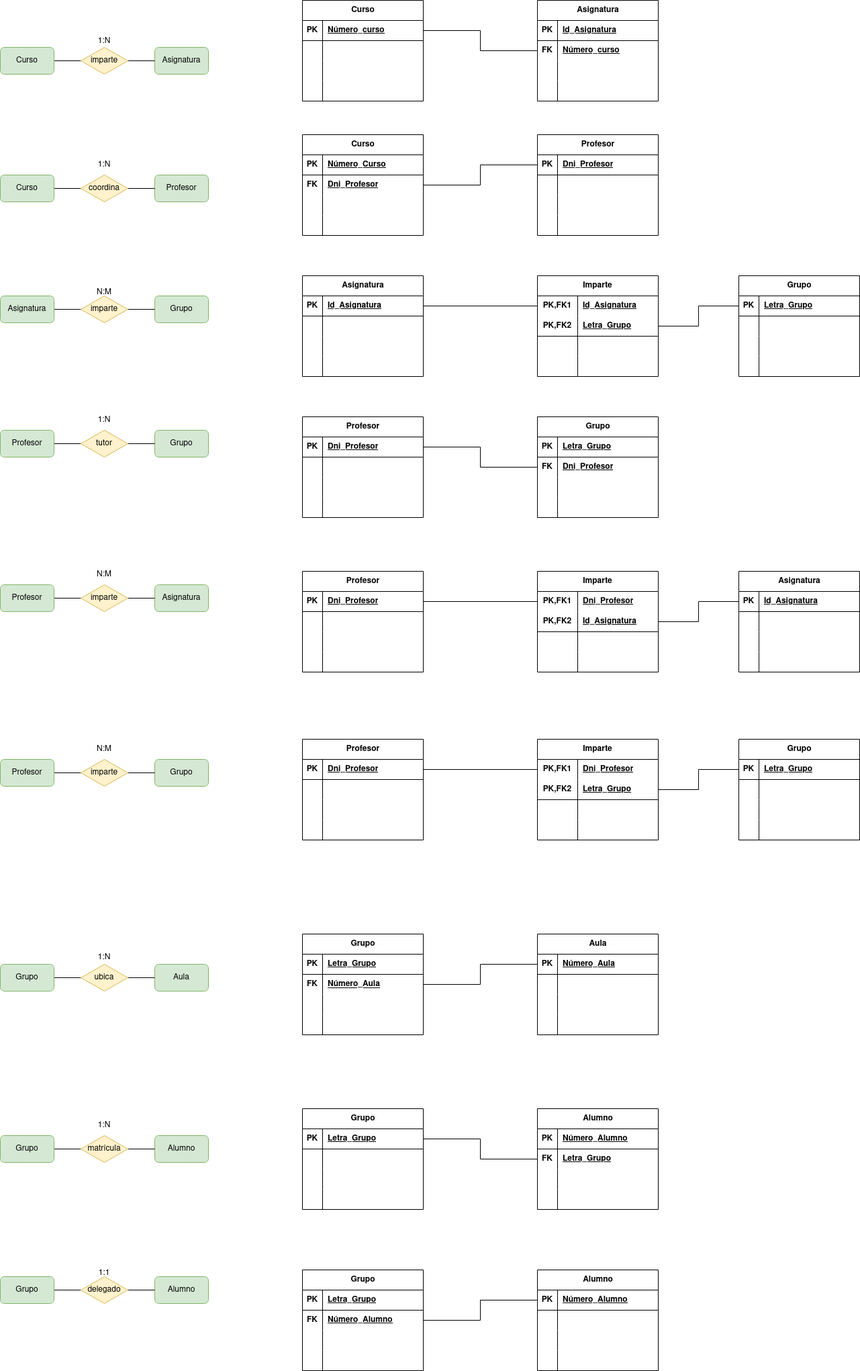
The draw.io diagram Unidad-1/Tareas/Tareas-evaluables/Tarea-evaluable-6/tarea-evaluable-6.drawio.png in LuisMGlez/base-datos, before a commit. Source tidied: cells renumbered, new cells last; positions are measured from the earlier drawing's top-left corner, leaving out a move shared by most shapes.
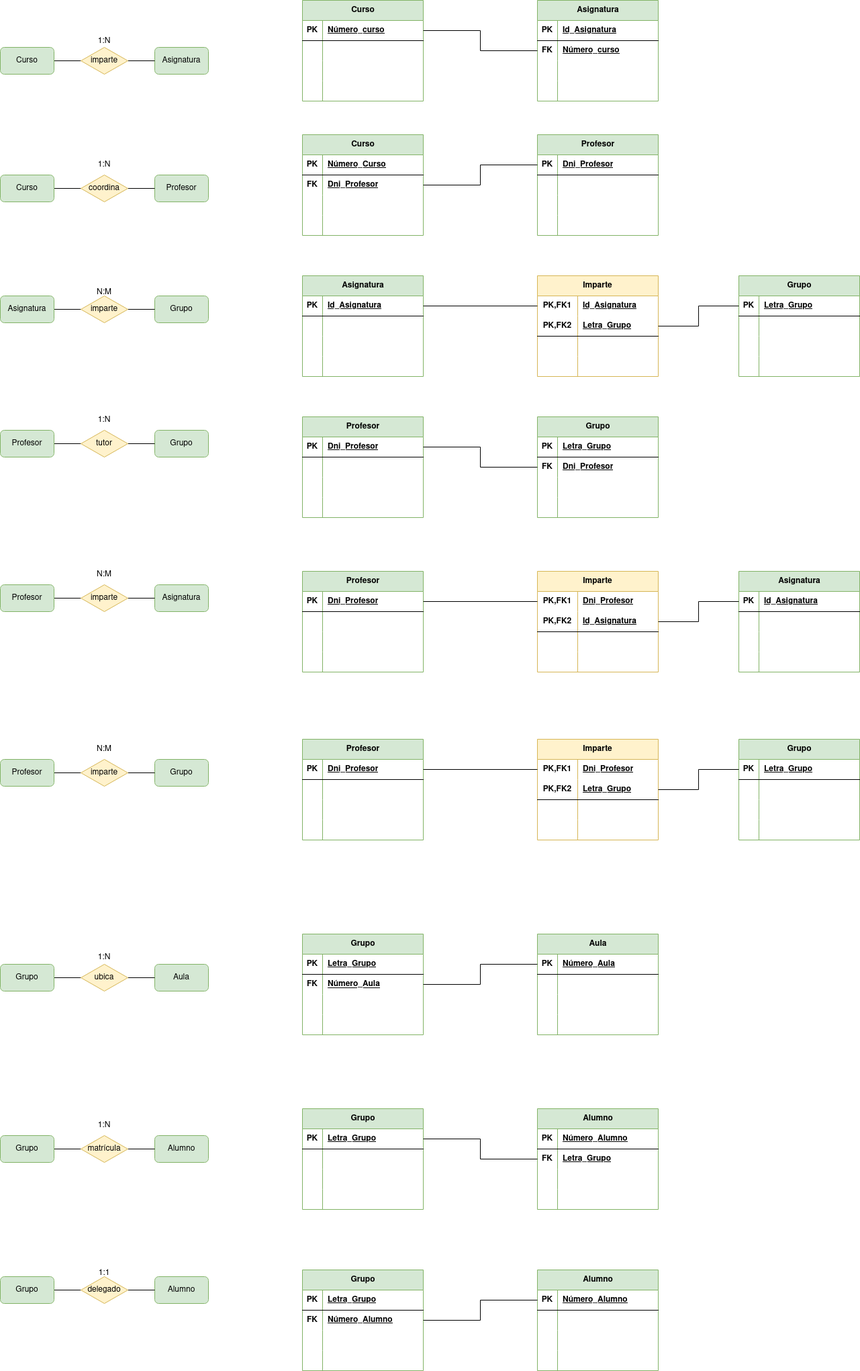
After the commit.

The edit, as a diff of the source:
```diff
@@ -164,7 +164,7 @@
     <mxCell id="55" value="1:1" style="text;strokeColor=none;align=center;fillColor=none;html=1;verticalAlign=middle;whiteSpace=wrap;rounded=0;" parent="1" vertex="1">
       <mxGeometry x="125" y="1880" width="60" height="30" as="geometry" />
     </mxCell>
-    <mxCell id="56" value="Curso" style="shape=table;startSize=30;rowLines=0;fontStyle=1;align=center;html=1;" parent="1" vertex="1">
+    <mxCell id="56" value="Curso" style="shape=table;startSize=30;rowLines=0;fontStyle=1;align=center;html=1;fillColor=#d5e8d4;strokeColor=#82b366;" parent="1" vertex="1">
       <mxGeometry x="450" width="180" height="150" as="geometry" />
     </mxCell>
     <mxCell id="57" style="shape=tableRow;horizontal=0;startSize=0;swimlaneHead=0;swimlaneBody=0;fillColor=none;points=[[0,0.5],[1,0.5]];portConstraint=eastwest;top=0;left=0;right=0;bottom=1;" parent="56" vertex="1">
@@ -203,7 +203,7 @@
     <mxCell id="68" style="shape=partialRectangle;fillColor=none;top=0;left=0;bottom=0;right=0;align=left;spacingLeft=6;overflow=hidden;whiteSpace=wrap;html=1;" parent="66" vertex="1">
       <mxGeometry x="30" width="150" height="30" as="geometry" />
     </mxCell>
-    <mxCell id="69" value="Asignatura" style="shape=table;startSize=30;rowLines=0;fontStyle=1;align=center;html=1;" parent="1" vertex="1">
+    <mxCell id="69" value="Asignatura" style="shape=table;startSize=30;rowLines=0;fontStyle=1;align=center;html=1;fillColor=#d5e8d4;strokeColor=#82b366;" parent="1" vertex="1">
       <mxGeometry x="800" width="180" height="150" as="geometry" />
     </mxCell>
     <mxCell id="70" style="shape=tableRow;horizontal=0;startSize=0;swimlaneHead=0;swimlaneBody=0;fillColor=none;top=0;left=0;right=0;bottom=1;" parent="69" vertex="1">
@@ -245,7 +245,7 @@
     <mxCell id="82" style="edgeStyle=orthogonalEdgeStyle;rounded=0;jettySize=auto;html=1;exitX=1;exitY=0.5;exitDx=0;exitDy=0;entryX=0;entryY=0.5;entryDx=0;entryDy=0;endArrow=none;endFill=0;" parent="1" edge="1" source="57" target="73">
       <mxGeometry relative="1" as="geometry" />
     </mxCell>
-    <mxCell id="83" value="Curso" style="shape=table;startSize=30;rowLines=0;fontStyle=1;align=center;html=1;" parent="1" vertex="1">
+    <mxCell id="83" value="Curso" style="shape=table;startSize=30;rowLines=0;fontStyle=1;align=center;html=1;fillColor=#d5e8d4;strokeColor=#82b366;" parent="1" vertex="1">
       <mxGeometry x="450" y="200" width="180" height="150" as="geometry" />
     </mxCell>
     <mxCell id="84" style="shape=tableRow;horizontal=0;startSize=0;swimlaneHead=0;swimlaneBody=0;fillColor=none;top=0;left=0;right=0;bottom=1;" parent="83" vertex="1">
@@ -284,7 +284,7 @@
     <mxCell id="95" style="shape=partialRectangle;fillColor=none;top=0;left=0;bottom=0;right=0;align=left;spacingLeft=6;overflow=hidden;whiteSpace=wrap;html=1;" parent="93" vertex="1">
       <mxGeometry x="30" width="150" height="30" as="geometry" />
     </mxCell>
-    <mxCell id="96" value="Profesor" style="shape=table;startSize=30;rowLines=0;fontStyle=1;align=center;html=1;" parent="1" vertex="1">
+    <mxCell id="96" value="Profesor" style="shape=table;startSize=30;rowLines=0;fontStyle=1;align=center;html=1;fillColor=#d5e8d4;strokeColor=#82b366;" parent="1" vertex="1">
       <mxGeometry x="800" y="200" width="180" height="150" as="geometry" />
     </mxCell>
     <mxCell id="97" style="shape=tableRow;horizontal=0;startSize=0;swimlaneHead=0;swimlaneBody=0;fillColor=none;points=[[0,0.5],[1,0.5]];portConstraint=eastwest;top=0;left=0;right=0;bottom=1;" parent="96" vertex="1">
@@ -326,7 +326,7 @@
     <mxCell id="109" style="edgeStyle=orthogonalEdgeStyle;rounded=0;jettySize=auto;html=1;exitX=0;exitY=0.5;exitDx=0;exitDy=0;entryX=1;entryY=0.5;entryDx=0;entryDy=0;endArrow=none;endFill=0;" parent="1" edge="1" source="97" target="87">
       <mxGeometry relative="1" as="geometry" />
     </mxCell>
-    <mxCell id="110" value="Asignatura" style="shape=table;startSize=30;rowLines=0;fontStyle=1;align=center;html=1;" parent="1" vertex="1">
+    <mxCell id="110" value="Asignatura" style="shape=table;startSize=30;rowLines=0;fontStyle=1;align=center;html=1;fillColor=#d5e8d4;strokeColor=#82b366;" parent="1" vertex="1">
       <mxGeometry x="450" y="410" width="180" height="150" as="geometry" />
     </mxCell>
     <mxCell id="111" style="shape=tableRow;horizontal=0;startSize=0;swimlaneHead=0;swimlaneBody=0;fillColor=none;points=[[0,0.5],[1,0.5]];portConstraint=eastwest;top=0;left=0;right=0;bottom=1;" parent="110" vertex="1">
@@ -365,7 +365,7 @@
     <mxCell id="122" style="shape=partialRectangle;fillColor=none;top=0;left=0;bottom=0;right=0;align=left;spacingLeft=6;overflow=hidden;whiteSpace=wrap;html=1;" parent="120" vertex="1">
       <mxGeometry x="30" width="150" height="30" as="geometry" />
     </mxCell>
-    <mxCell id="123" value="Grupo" style="shape=table;startSize=30;rowLines=0;fontStyle=1;align=center;html=1;" parent="1" vertex="1">
+    <mxCell id="123" value="Grupo" style="shape=table;startSize=30;rowLines=0;fontStyle=1;align=center;html=1;fillColor=#d5e8d4;strokeColor=#82b366;" parent="1" vertex="1">
       <mxGeometry x="1100" y="410" width="180" height="150" as="geometry" />
     </mxCell>
     <mxCell id="124" style="shape=tableRow;horizontal=0;startSize=0;swimlaneHead=0;swimlaneBody=0;fillColor=none;points=[[0,0.5],[1,0.5]];portConstraint=eastwest;top=0;left=0;right=0;bottom=1;" parent="123" vertex="1">
@@ -404,7 +404,7 @@
     <mxCell id="135" style="shape=partialRectangle;fillColor=none;top=0;left=0;bottom=0;right=0;align=left;spacingLeft=6;overflow=hidden;whiteSpace=wrap;html=1;" parent="133" vertex="1">
       <mxGeometry x="30" width="150" height="30" as="geometry" />
     </mxCell>
-    <mxCell id="136" value="Imparte" style="shape=table;startSize=30;rowLines=0;fontStyle=1;align=center;html=1;whiteSpace=wrap;" parent="1" vertex="1">
+    <mxCell id="136" value="Imparte" style="shape=table;startSize=30;rowLines=0;fontStyle=1;align=center;html=1;whiteSpace=wrap;fillColor=#fff2cc;strokeColor=#d6b656;" parent="1" vertex="1">
       <mxGeometry x="800" y="410" width="180" height="150" as="geometry" />
     </mxCell>
     <mxCell id="137" style="shape=tableRow;horizontal=0;startSize=0;swimlaneHead=0;swimlaneBody=0;fillColor=none;points=[[0,0.5],[1,0.5]];portConstraint=eastwest;top=0;left=0;right=0;bottom=0;html=1;" parent="136" vertex="1">
@@ -449,7 +449,7 @@
     <mxCell id="150" style="edgeStyle=orthogonalEdgeStyle;rounded=0;jettySize=auto;html=1;exitX=1;exitY=0.5;exitDx=0;exitDy=0;entryX=0;entryY=0.5;entryDx=0;entryDy=0;endArrow=none;endFill=0;" parent="1" edge="1" source="111" target="137">
       <mxGeometry relative="1" as="geometry" />
     </mxCell>
-    <mxCell id="151" value="Profesor" style="shape=table;startSize=30;rowLines=0;fontStyle=1;align=center;html=1;" parent="1" vertex="1">
+    <mxCell id="151" value="Profesor" style="shape=table;startSize=30;rowLines=0;fontStyle=1;align=center;html=1;fillColor=#d5e8d4;strokeColor=#82b366;" parent="1" vertex="1">
       <mxGeometry x="450" y="620" width="180" height="150" as="geometry" />
     </mxCell>
     <mxCell id="152" style="shape=tableRow;horizontal=0;startSize=0;swimlaneHead=0;swimlaneBody=0;fillColor=none;points=[[0,0.5],[1,0.5]];portConstraint=eastwest;top=0;left=0;right=0;bottom=1;" parent="151" vertex="1">
@@ -488,7 +488,7 @@
     <mxCell id="163" style="shape=partialRectangle;fillColor=none;top=0;left=0;bottom=0;right=0;align=left;spacingLeft=6;overflow=hidden;whiteSpace=wrap;html=1;" parent="161" vertex="1">
       <mxGeometry x="30" width="150" height="30" as="geometry" />
     </mxCell>
-    <mxCell id="164" value="Grupo" style="shape=table;startSize=30;rowLines=0;fontStyle=1;align=center;html=1;" parent="1" vertex="1">
+    <mxCell id="164" value="Grupo" style="shape=table;startSize=30;rowLines=0;fontStyle=1;align=center;html=1;fillColor=#d5e8d4;strokeColor=#82b366;" parent="1" vertex="1">
       <mxGeometry x="800" y="620" width="180" height="150" as="geometry" />
     </mxCell>
     <mxCell id="165" style="shape=tableRow;horizontal=0;startSize=0;swimlaneHead=0;swimlaneBody=0;fillColor=none;top=0;left=0;right=0;bottom=1;" parent="164" vertex="1">
@@ -530,7 +530,7 @@
     <mxCell id="177" style="edgeStyle=orthogonalEdgeStyle;rounded=0;jettySize=auto;html=1;exitX=1;exitY=0.5;exitDx=0;exitDy=0;entryX=0;entryY=0.5;entryDx=0;entryDy=0;endArrow=none;endFill=0;" parent="1" edge="1" source="152" target="168">
       <mxGeometry relative="1" as="geometry" />
     </mxCell>
-    <mxCell id="178" value="Profesor" style="shape=table;startSize=30;rowLines=0;fontStyle=1;align=center;html=1;" parent="1" vertex="1">
+    <mxCell id="178" value="Profesor" style="shape=table;startSize=30;rowLines=0;fontStyle=1;align=center;html=1;fillColor=#d5e8d4;strokeColor=#82b366;" parent="1" vertex="1">
       <mxGeometry x="450" y="850" width="180" height="150" as="geometry" />
     </mxCell>
     <mxCell id="179" style="shape=tableRow;horizontal=0;startSize=0;swimlaneHead=0;swimlaneBody=0;fillColor=none;points=[[0,0.5],[1,0.5]];portConstraint=eastwest;top=0;left=0;right=0;bottom=1;" parent="178" vertex="1">
@@ -569,7 +569,7 @@
     <mxCell id="190" style="shape=partialRectangle;fillColor=none;top=0;left=0;bottom=0;right=0;align=left;spacingLeft=6;overflow=hidden;whiteSpace=wrap;html=1;" parent="188" vertex="1">
       <mxGeometry x="30" width="150" height="30" as="geometry" />
     </mxCell>
-    <mxCell id="191" value="Asignatura" style="shape=table;startSize=30;rowLines=0;fontStyle=1;align=center;html=1;" parent="1" vertex="1">
+    <mxCell id="191" value="Asignatura" style="shape=table;startSize=30;rowLines=0;fontStyle=1;align=center;html=1;fillColor=#d5e8d4;strokeColor=#82b366;" parent="1" vertex="1">
       <mxGeometry x="1100" y="850" width="180" height="150" as="geometry" />
     </mxCell>
     <mxCell id="192" style="shape=tableRow;horizontal=0;startSize=0;swimlaneHead=0;swimlaneBody=0;fillColor=none;points=[[0,0.5],[1,0.5]];portConstraint=eastwest;top=0;left=0;right=0;bottom=1;" parent="191" vertex="1">
@@ -608,7 +608,7 @@
     <mxCell id="203" style="shape=partialRectangle;fillColor=none;top=0;left=0;bottom=0;right=0;align=left;spacingLeft=6;overflow=hidden;whiteSpace=wrap;html=1;" parent="201" vertex="1">
       <mxGeometry x="30" width="150" height="30" as="geometry" />
     </mxCell>
-    <mxCell id="204" value="Imparte" style="shape=table;startSize=30;rowLines=0;fontStyle=1;align=center;html=1;whiteSpace=wrap;" parent="1" vertex="1">
+    <mxCell id="204" value="Imparte" style="shape=table;startSize=30;rowLines=0;fontStyle=1;align=center;html=1;whiteSpace=wrap;fillColor=#fff2cc;strokeColor=#d6b656;" parent="1" vertex="1">
       <mxGeometry x="800" y="850" width="180" height="150" as="geometry" />
     </mxCell>
     <mxCell id="205" style="shape=tableRow;horizontal=0;startSize=0;swimlaneHead=0;swimlaneBody=0;fillColor=none;points=[[0,0.5],[1,0.5]];portConstraint=eastwest;top=0;left=0;right=0;bottom=0;html=1;" parent="204" vertex="1">
@@ -653,7 +653,7 @@
     <mxCell id="218" style="edgeStyle=orthogonalEdgeStyle;rounded=0;jettySize=auto;html=1;exitX=1;exitY=0.5;exitDx=0;exitDy=0;entryX=0;entryY=0.5;entryDx=0;entryDy=0;endArrow=none;endFill=0;" parent="1" edge="1" source="208" target="192">
       <mxGeometry relative="1" as="geometry" />
     </mxCell>
-    <mxCell id="219" value="Profesor" style="shape=table;startSize=30;rowLines=0;fontStyle=1;align=center;html=1;" parent="1" vertex="1">
+    <mxCell id="219" value="Profesor" style="shape=table;startSize=30;rowLines=0;fontStyle=1;align=center;html=1;fillColor=#d5e8d4;strokeColor=#82b366;" parent="1" vertex="1">
       <mxGeometry x="450" y="1100" width="180" height="150" as="geometry" />
     </mxCell>
     <mxCell id="220" style="shape=tableRow;horizontal=0;startSize=0;swimlaneHead=0;swimlaneBody=0;fillColor=none;points=[[0,0.5],[1,0.5]];portConstraint=eastwest;top=0;left=0;right=0;bottom=1;" parent="219" vertex="1">
@@ -692,7 +692,7 @@
     <mxCell id="231" style="shape=partialRectangle;fillColor=none;top=0;left=0;bottom=0;right=0;align=left;spacingLeft=6;overflow=hidden;whiteSpace=wrap;html=1;" parent="229" vertex="1">
       <mxGeometry x="30" width="150" height="30" as="geometry" />
     </mxCell>
-    <mxCell id="232" value="Grupo" style="shape=table;startSize=30;rowLines=0;fontStyle=1;align=center;html=1;" parent="1" vertex="1">
+    <mxCell id="232" value="Grupo" style="shape=table;startSize=30;rowLines=0;fontStyle=1;align=center;html=1;fillColor=#d5e8d4;strokeColor=#82b366;" parent="1" vertex="1">
       <mxGeometry x="1100" y="1100" width="180" height="150" as="geometry" />
     </mxCell>
     <mxCell id="233" style="shape=tableRow;horizontal=0;startSize=0;swimlaneHead=0;swimlaneBody=0;fillColor=none;points=[[0,0.5],[1,0.5]];portConstraint=eastwest;top=0;left=0;right=0;bottom=1;" parent="232" vertex="1">
@@ -731,7 +731,7 @@
     <mxCell id="244" style="shape=partialRectangle;fillColor=none;top=0;left=0;bottom=0;right=0;align=left;spacingLeft=6;overflow=hidden;whiteSpace=wrap;html=1;" parent="242" vertex="1">
       <mxGeometry x="30" width="150" height="30" as="geometry" />
     </mxCell>
-    <mxCell id="245" value="Imparte" style="shape=table;startSize=30;rowLines=0;fontStyle=1;align=center;html=1;whiteSpace=wrap;" parent="1" vertex="1">
+    <mxCell id="245" value="Imparte" style="shape=table;startSize=30;rowLines=0;fontStyle=1;align=center;html=1;whiteSpace=wrap;fillColor=#fff2cc;strokeColor=#d6b656;" parent="1" vertex="1">
       <mxGeometry x="800" y="1100" width="180" height="150" as="geometry" />
     </mxCell>
     <mxCell id="246" style="shape=tableRow;horizontal=0;startSize=0;swimlaneHead=0;swimlaneBody=0;fillColor=none;points=[[0,0.5],[1,0.5]];portConstraint=eastwest;top=0;left=0;right=0;bottom=0;html=1;" parent="245" vertex="1">
@@ -776,7 +776,7 @@
     <mxCell id="259" style="edgeStyle=orthogonalEdgeStyle;rounded=0;jettySize=auto;html=1;exitX=1;exitY=0.5;exitDx=0;exitDy=0;entryX=0;entryY=0.5;entryDx=0;entryDy=0;endArrow=none;endFill=0;" parent="1" edge="1" source="249" target="233">
       <mxGeometry relative="1" as="geometry" />
     </mxCell>
-    <mxCell id="260" value="Grupo" style="shape=table;startSize=30;rowLines=0;fontStyle=1;align=center;html=1;" parent="1" vertex="1">
+    <mxCell id="260" value="Grupo" style="shape=table;startSize=30;rowLines=0;fontStyle=1;align=center;html=1;fillColor=#d5e8d4;strokeColor=#82b366;" parent="1" vertex="1">
       <mxGeometry x="450" y="1390" width="180" height="150" as="geometry" />
     </mxCell>
     <mxCell id="261" style="shape=tableRow;horizontal=0;startSize=0;swimlaneHead=0;swimlaneBody=0;fillColor=none;top=0;left=0;right=0;bottom=1;" parent="260" vertex="1">
@@ -815,7 +815,7 @@
     <mxCell id="272" style="shape=partialRectangle;fillColor=none;top=0;left=0;bottom=0;right=0;align=left;spacingLeft=6;overflow=hidden;whiteSpace=wrap;html=1;" parent="270" vertex="1">
       <mxGeometry x="30" width="150" height="30" as="geometry" />
     </mxCell>
-    <mxCell id="273" value="Aula" style="shape=table;startSize=30;rowLines=0;fontStyle=1;align=center;html=1;" parent="1" vertex="1">
+    <mxCell id="273" value="Aula" style="shape=table;startSize=30;rowLines=0;fontStyle=1;align=center;html=1;fillColor=#d5e8d4;strokeColor=#82b366;" parent="1" vertex="1">
       <mxGeometry x="800" y="1390" width="180" height="150" as="geometry" />
     </mxCell>
     <mxCell id="274" style="shape=tableRow;horizontal=0;startSize=0;swimlaneHead=0;swimlaneBody=0;fillColor=none;points=[[0,0.5],[1,0.5]];portConstraint=eastwest;top=0;left=0;right=0;bottom=1;" parent="273" vertex="1">
@@ -857,7 +857,7 @@
     <mxCell id="286" style="edgeStyle=orthogonalEdgeStyle;rounded=0;jettySize=auto;html=1;exitX=0;exitY=0.5;exitDx=0;exitDy=0;entryX=1;entryY=0.5;entryDx=0;entryDy=0;endArrow=none;endFill=0;" parent="1" edge="1" source="274" target="264">
       <mxGeometry relative="1" as="geometry" />
     </mxCell>
-    <mxCell id="287" value="Grupo" style="shape=table;startSize=30;rowLines=0;fontStyle=1;align=center;html=1;" parent="1" vertex="1">
+    <mxCell id="287" value="Grupo" style="shape=table;startSize=30;rowLines=0;fontStyle=1;align=center;html=1;fillColor=#d5e8d4;strokeColor=#82b366;" parent="1" vertex="1">
       <mxGeometry x="450" y="1650" width="180" height="150" as="geometry" />
     </mxCell>
     <mxCell id="288" style="shape=tableRow;horizontal=0;startSize=0;swimlaneHead=0;swimlaneBody=0;fillColor=none;points=[[0,0.5],[1,0.5]];portConstraint=eastwest;top=0;left=0;right=0;bottom=1;" parent="287" vertex="1">
@@ -896,7 +896,7 @@
     <mxCell id="299" style="shape=partialRectangle;fillColor=none;top=0;left=0;bottom=0;right=0;align=left;spacingLeft=6;overflow=hidden;whiteSpace=wrap;html=1;" parent="297" vertex="1">
       <mxGeometry x="30" width="150" height="30" as="geometry" />
     </mxCell>
-    <mxCell id="300" value="Alumno" style="shape=table;startSize=30;rowLines=0;fontStyle=1;align=center;html=1;" parent="1" vertex="1">
+    <mxCell id="300" value="Alumno" style="shape=table;startSize=30;rowLines=0;fontStyle=1;align=center;html=1;fillColor=#d5e8d4;strokeColor=#82b366;" parent="1" vertex="1">
       <mxGeometry x="800" y="1650" width="180" height="150" as="geometry" />
     </mxCell>
     <mxCell id="301" style="shape=tableRow;horizontal=0;startSize=0;swimlaneHead=0;swimlaneBody=0;fillColor=none;top=0;left=0;right=0;bottom=1;" parent="300" vertex="1">
@@ -938,7 +938,7 @@
     <mxCell id="313" style="edgeStyle=orthogonalEdgeStyle;rounded=0;jettySize=auto;html=1;exitX=1;exitY=0.5;exitDx=0;exitDy=0;entryX=0;entryY=0.5;entryDx=0;entryDy=0;endArrow=none;endFill=0;" parent="1" edge="1" source="288" target="304">
       <mxGeometry relative="1" as="geometry" />
     </mxCell>
-    <mxCell id="314" value="Grupo" style="shape=table;startSize=30;rowLines=0;fontStyle=1;align=center;html=1;" parent="1" vertex="1">
+    <mxCell id="314" value="Grupo" style="shape=table;startSize=30;rowLines=0;fontStyle=1;align=center;html=1;fillColor=#d5e8d4;strokeColor=#82b366;" parent="1" vertex="1">
       <mxGeometry x="450" y="1890" width="180" height="150" as="geometry" />
     </mxCell>
     <mxCell id="315" style="shape=tableRow;horizontal=0;startSize=0;swimlaneHead=0;swimlaneBody=0;fillColor=none;top=0;left=0;right=0;bottom=1;" parent="314" vertex="1">
@@ -977,7 +977,7 @@
     <mxCell id="326" style="shape=partialRectangle;fillColor=none;top=0;left=0;bottom=0;right=0;align=left;spacingLeft=6;overflow=hidden;whiteSpace=wrap;html=1;" parent="324" vertex="1">
       <mxGeometry x="30" width="150" height="30" as="geometry" />
     </mxCell>
-    <mxCell id="327" value="Alumno" style="shape=table;startSize=30;rowLines=0;fontStyle=1;align=center;html=1;" parent="1" vertex="1">
+    <mxCell id="327" value="Alumno" style="shape=table;startSize=30;rowLines=0;fontStyle=1;align=center;html=1;fillColor=#d5e8d4;strokeColor=#82b366;" parent="1" vertex="1">
       <mxGeometry x="800" y="1890" width="180" height="150" as="geometry" />
     </mxCell>
     <mxCell id="328" style="shape=tableRow;horizontal=0;startSize=0;swimlaneHead=0;swimlaneBody=0;fillColor=none;points=[[0,0.5],[1,0.5]];portConstraint=eastwest;top=0;left=0;right=0;bottom=1;" parent="327" vertex="1">
```
